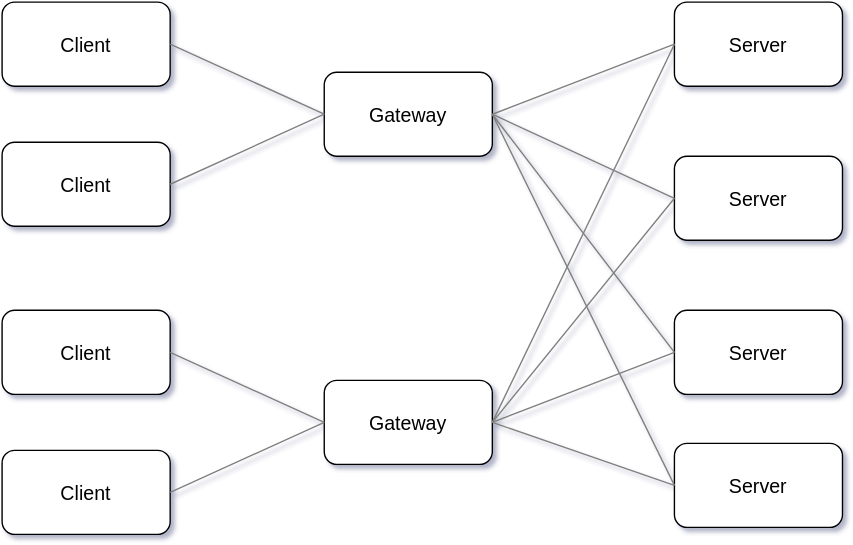
funny/fastway keeps this draw.io diagram as README.svg. Above is the earlier version. Source tidied: cells renumbered, new cells last; positions are measured from the earlier drawing's top-left corner, leaving out a move shared by most shapes.
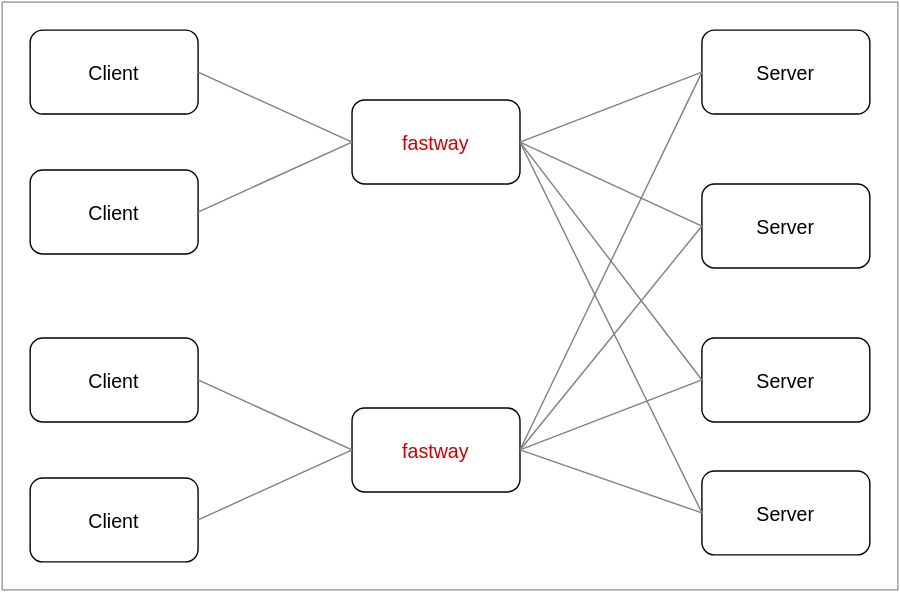
Later version of the same file.

What changed in the source:
```diff
@@ -2,71 +2,74 @@
   <root>
     <mxCell id="0" />
     <mxCell id="1" parent="0" />
-    <mxCell id="2" value="Client" style="rounded=1;whiteSpace=wrap;html=1;fontSize=14;" parent="1" vertex="1">
-      <mxGeometry width="120" height="60" as="geometry" />
+    <mxCell id="2" style="rounded=0;whiteSpace=wrap;html=1;fontSize=14;fillColor=none;strokeColor=#999999;" parent="1" vertex="1">
+      <mxGeometry x="-20" y="-20" width="640" height="420" as="geometry" />
     </mxCell>
     <mxCell id="3" value="Client" style="rounded=1;whiteSpace=wrap;html=1;fontSize=14;" parent="1" vertex="1">
-      <mxGeometry y="100" width="120" height="60" as="geometry" />
+      <mxGeometry width="120" height="60" as="geometry" />
     </mxCell>
-    <mxCell id="4" value="Gateway" style="rounded=1;whiteSpace=wrap;html=1;fontSize=14;" parent="1" vertex="1">
-      <mxGeometry x="230" y="50" width="120" height="60" as="geometry" />
+    <mxCell id="4" value="Client" style="rounded=1;whiteSpace=wrap;html=1;fontSize=14;" parent="1" vertex="1">
+      <mxGeometry y="100" width="120" height="60" as="geometry" />
     </mxCell>
-    <mxCell id="5" value="Server" style="rounded=1;whiteSpace=wrap;html=1;fontSize=14;" parent="1" vertex="1">
-      <mxGeometry x="480" width="120" height="60" as="geometry" />
+    <mxCell id="5" value="&lt;font color=&quot;#cc0000&quot;&gt;fastway&lt;/font&gt;" style="rounded=1;whiteSpace=wrap;html=1;fontSize=14;" parent="1" vertex="1">
+      <mxGeometry x="230" y="50" width="120" height="60" as="geometry" />
     </mxCell>
     <mxCell id="6" value="Server" style="rounded=1;whiteSpace=wrap;html=1;fontSize=14;" parent="1" vertex="1">
-      <mxGeometry x="480" y="110" width="120" height="60" as="geometry" />
+      <mxGeometry x="480" width="120" height="60" as="geometry" />
     </mxCell>
     <mxCell id="7" value="Server" style="rounded=1;whiteSpace=wrap;html=1;fontSize=14;" parent="1" vertex="1">
-      <mxGeometry x="480" y="220" width="120" height="60" as="geometry" />
+      <mxGeometry x="480" y="110" width="120" height="60" as="geometry" />
     </mxCell>
     <mxCell id="8" value="Server" style="rounded=1;whiteSpace=wrap;html=1;fontSize=14;" parent="1" vertex="1">
-      <mxGeometry x="480" y="315" width="120" height="60" as="geometry" />
+      <mxGeometry x="480" y="220" width="120" height="60" as="geometry" />
     </mxCell>
-    <mxCell id="9" value="Gateway" style="rounded=1;whiteSpace=wrap;html=1;fontSize=14;" parent="1" vertex="1">
-      <mxGeometry x="230" y="270" width="120" height="60" as="geometry" />
+    <mxCell id="9" value="Server" style="rounded=1;whiteSpace=wrap;html=1;fontSize=14;" parent="1" vertex="1">
+      <mxGeometry x="480" y="315" width="120" height="60" as="geometry" />
     </mxCell>
-    <mxCell id="10" style="endArrow=none;html=1;fontSize=14;exitX=0;exitY=0.5;entryX=1;entryY=0.5;endFill=0;strokeColor=#808080;" parent="1" edge="1" source="5" target="4">
-      <mxGeometry x="440" y="270" as="geometry" />
+    <mxCell id="10" value="&lt;font color=&quot;#cc0000&quot;&gt;fastway&lt;/font&gt;" style="rounded=1;whiteSpace=wrap;html=1;fontSize=14;" parent="1" vertex="1">
+      <mxGeometry x="230" y="270" width="120" height="60" as="geometry" />
     </mxCell>
-    <mxCell id="11" style="endArrow=none;html=1;fontSize=14;entryX=1;entryY=0.5;exitX=0;exitY=0.5;endFill=0;strokeColor=#808080;" parent="1" edge="1" source="6" target="4">
-      <mxGeometry x="440" y="320" as="geometry" />
+    <mxCell id="11" style="endArrow=none;html=1;fontSize=14;exitX=0;exitY=0.5;entryX=1;entryY=0.5;endFill=0;strokeColor=#808080;" parent="1" edge="1" source="6" target="5">
+      <mxGeometry x="440" y="270" as="geometry" />
     </mxCell>
-    <mxCell id="12" style="endArrow=none;html=1;fontSize=14;exitX=0;exitY=0.5;entryX=1;entryY=0.5;endFill=0;strokeColor=#808080;" parent="1" edge="1" source="7" target="4">
+    <mxCell id="12" style="endArrow=none;html=1;fontSize=14;entryX=1;entryY=0.5;exitX=0;exitY=0.5;endFill=0;strokeColor=#808080;" parent="1" edge="1" source="7" target="5">
       <mxGeometry x="440" y="320" as="geometry" />
     </mxCell>
-    <mxCell id="13" style="endArrow=none;html=1;fontSize=14;exitX=0;exitY=0.5;entryX=1;entryY=0.5;endFill=0;strokeColor=#808080;" parent="1" edge="1" source="8" target="4">
+    <mxCell id="13" style="endArrow=none;html=1;fontSize=14;exitX=0;exitY=0.5;entryX=1;entryY=0.5;endFill=0;strokeColor=#808080;" parent="1" edge="1" source="8" target="5">
       <mxGeometry x="440" y="320" as="geometry" />
     </mxCell>
-    <mxCell id="14" style="endArrow=none;html=1;fontSize=14;exitX=0;exitY=0.5;entryX=1;entryY=0.5;endFill=0;strokeColor=#808080;" parent="1" edge="1" source="5" target="9">
-      <mxGeometry x="440" y="270" as="geometry" />
+    <mxCell id="14" style="endArrow=none;html=1;fontSize=14;exitX=0;exitY=0.5;entryX=1;entryY=0.5;endFill=0;strokeColor=#808080;" parent="1" edge="1" source="9" target="5">
+      <mxGeometry x="440" y="320" as="geometry" />
     </mxCell>
-    <mxCell id="15" style="endArrow=none;html=1;fontSize=14;exitX=0;exitY=0.5;entryX=1;entryY=0.5;endFill=0;strokeColor=#808080;" parent="1" edge="1" source="6" target="9">
-      <mxGeometry x="440" y="380" as="geometry" />
+    <mxCell id="15" style="endArrow=none;html=1;fontSize=14;exitX=0;exitY=0.5;entryX=1;entryY=0.5;endFill=0;strokeColor=#808080;" parent="1" edge="1" source="6" target="10">
+      <mxGeometry x="440" y="270" as="geometry" />
     </mxCell>
-    <mxCell id="16" style="endArrow=none;html=1;fontSize=14;exitX=0;exitY=0.5;entryX=1;entryY=0.5;endFill=0;strokeColor=#808080;" parent="1" edge="1" source="7" target="9">
-      <mxGeometry x="440" y="490" as="geometry" />
+    <mxCell id="16" style="endArrow=none;html=1;fontSize=14;exitX=0;exitY=0.5;entryX=1;entryY=0.5;endFill=0;strokeColor=#808080;" parent="1" edge="1" source="7" target="10">
+      <mxGeometry x="440" y="380" as="geometry" />
     </mxCell>
-    <mxCell id="17" style="endArrow=none;html=1;fontSize=14;exitX=0;exitY=0.5;endFill=0;entryX=1;entryY=0.5;strokeColor=#808080;" parent="1" edge="1" source="8" target="9">
-      <mxGeometry x="440" y="540" as="geometry" />
+    <mxCell id="17" style="endArrow=none;html=1;fontSize=14;exitX=0;exitY=0.5;entryX=1;entryY=0.5;endFill=0;strokeColor=#808080;" parent="1" edge="1" source="8" target="10">
+      <mxGeometry x="440" y="490" as="geometry" />
     </mxCell>
-    <mxCell id="18" value="Client" style="rounded=1;whiteSpace=wrap;html=1;fontSize=14;" parent="1" vertex="1">
-      <mxGeometry y="220" width="120" height="60" as="geometry" />
+    <mxCell id="18" style="endArrow=none;html=1;fontSize=14;exitX=0;exitY=0.5;endFill=0;entryX=1;entryY=0.5;strokeColor=#808080;" parent="1" edge="1" source="9" target="10">
+      <mxGeometry x="440" y="540" as="geometry" />
     </mxCell>
     <mxCell id="19" value="Client" style="rounded=1;whiteSpace=wrap;html=1;fontSize=14;" parent="1" vertex="1">
-      <mxGeometry y="320" width="120" height="60" as="geometry" />
+      <mxGeometry y="220" width="120" height="60" as="geometry" />
     </mxCell>
-    <mxCell id="20" style="endArrow=none;html=1;fontSize=14;exitX=1;exitY=0.5;entryX=0;entryY=0.5;endFill=0;strokeColor=#808080;" parent="1" edge="1" source="2" target="4">
-      <mxGeometry x="210" y="270" as="geometry" />
+    <mxCell id="20" value="Client" style="rounded=1;whiteSpace=wrap;html=1;fontSize=14;" parent="1" vertex="1">
+      <mxGeometry y="320" width="120" height="60" as="geometry" />
     </mxCell>
-    <mxCell id="21" style="endArrow=none;html=1;fontSize=14;exitX=1;exitY=0.5;entryX=0;entryY=0.5;endFill=0;strokeColor=#808080;" parent="1" edge="1" source="3" target="4">
-      <mxGeometry x="210" y="320" as="geometry" />
+    <mxCell id="21" style="endArrow=none;html=1;fontSize=14;exitX=1;exitY=0.5;entryX=0;entryY=0.5;endFill=0;strokeColor=#808080;" parent="1" edge="1" source="3" target="5">
+      <mxGeometry x="210" y="270" as="geometry" />
     </mxCell>
-    <mxCell id="22" style="endArrow=none;html=1;fontSize=14;exitX=1;exitY=0.5;entryX=0;entryY=0.5;endFill=0;strokeColor=#808080;" parent="1" edge="1" source="18" target="9">
-      <mxGeometry x="210" y="490" as="geometry" />
+    <mxCell id="22" style="endArrow=none;html=1;fontSize=14;exitX=1;exitY=0.5;entryX=0;entryY=0.5;endFill=0;strokeColor=#808080;" parent="1" edge="1" source="4" target="5">
+      <mxGeometry x="210" y="320" as="geometry" />
     </mxCell>
-    <mxCell id="23" style="endArrow=none;html=1;fontSize=14;exitX=1;exitY=0.5;entryX=0;entryY=0.5;endFill=0;strokeColor=#808080;" parent="1" edge="1" source="19" target="9">
-      <mxGeometry x="210" y="540" as="geometry" />
+    <mxCell id="23" style="endArrow=none;html=1;fontSize=14;exitX=1;exitY=0.5;entryX=0;entryY=0.5;endFill=0;strokeColor=#808080;" parent="1" edge="1" source="19" target="10">
+      <mxGeometry x="210" y="490" as="geometry" />
     </mxCell>
+    <mxCell id="24" style="endArrow=none;html=1;fontSize=14;exitX=1;exitY=0.5;entryX=0;entryY=0.5;endFill=0;strokeColor=#808080;" parent="1" edge="1" source="20" target="10">
+      <mxGeometry x="210" y="540" as="geometry" />
+    </mxCell>
   </root>
 </mxGraphModel>
```
